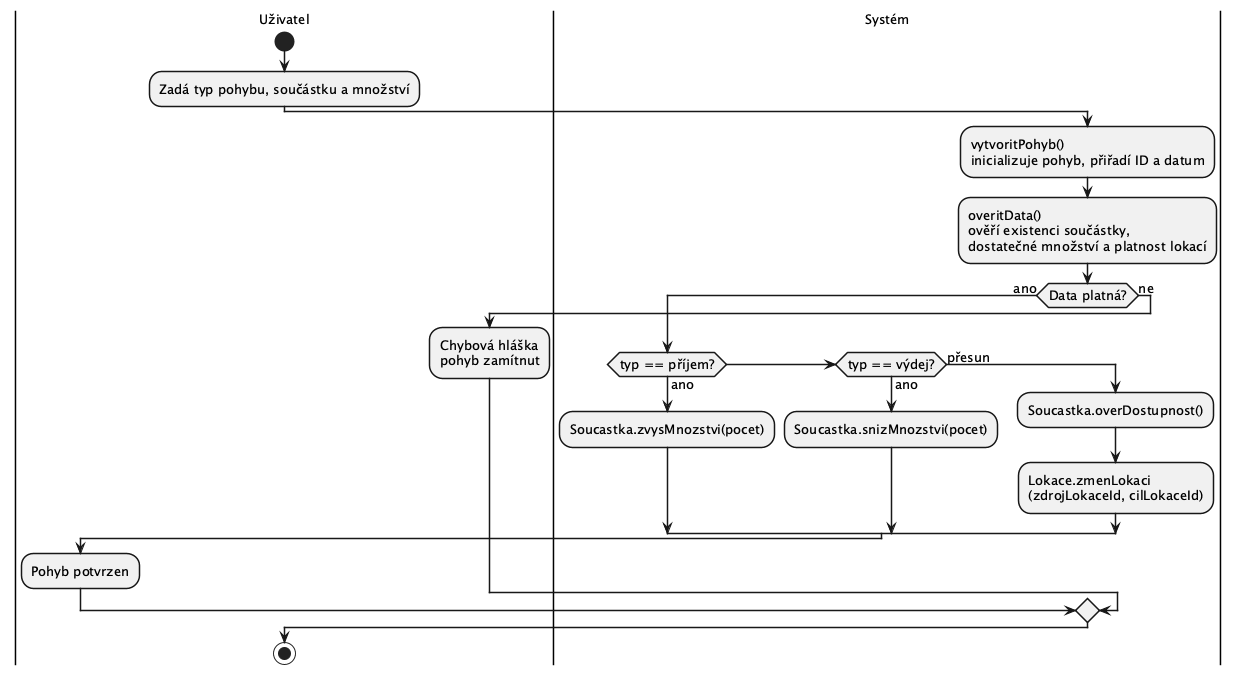
Above: docs/images/12_activity_wms.png in lkvapil/wms-elektronicke-soucastky (PlantUML), before the change. The source it was exported from:
```plantuml
@startuml
skinparam defaultFontSize 13
skinparam ActivityBorderThickness 1.5
skinparam ArrowThickness 1.5

|Uživatel|
start
:Zadá typ pohybu, součástku a množství;

|Systém|
:vytvoritPohyb()\ninicializuje pohyb, přiřadí ID a datum;

:overitData()\nověří existenci součástky,\ndostatečné množství a platnost lokací;

if (Data platná?) then (ano)

  if (typ == příjem?) then (ano)
    :Soucastka.zvysMnozstvi(pocet);
  elseif (typ == výdej?) then (ano)
    :Soucastka.snizMnozstvi(pocet);
  else (přesun)
    :Soucastka.overDostupnost();
    :Lokace.zmenLokaci\n(zdrojLokaceId, cilLokaceId);
  endif

  |Uživatel|
  :Pohyb potvrzen;

else (ne)
  |Uživatel|
  :Chybová hláška\npohyb zamítnut;
endif

stop
@enduml
```
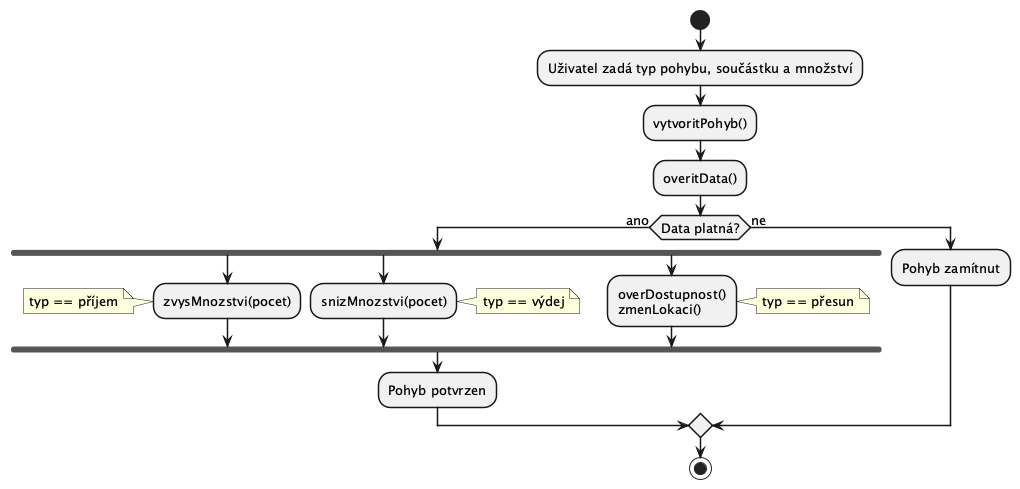
After the change.

Commit message:
docs: activity diagram - zjednodušení, odstranění swim lanes

Diff of the diagram source:
```diff
@@ -2,33 +2,33 @@
 skinparam defaultFontSize 13
 skinparam ActivityBorderThickness 1.5
 skinparam ArrowThickness 1.5
+skinparam ActivityDiamondBorderThickness 1.5
 
-|Uživatel|
 start
-:Zadá typ pohybu, součástku a množství;
 
-|Systém|
-:vytvoritPohyb()\ninicializuje pohyb, přiřadí ID a datum;
+:Uživatel zadá typ pohybu, součástku a množství;
 
-:overitData()\nověří existenci součástky,\ndostatečné množství a platnost lokací;
+:vytvoritPohyb();
+
+:overitData();
 
 if (Data platná?) then (ano)
 
-  if (typ == příjem?) then (ano)
-    :Soucastka.zvysMnozstvi(pocet);
-  elseif (typ == výdej?) then (ano)
-    :Soucastka.snizMnozstvi(pocet);
-  else (přesun)
-    :Soucastka.overDostupnost();
-    :Lokace.zmenLokaci\n(zdrojLokaceId, cilLokaceId);
-  endif
+  fork
+    :zvysMnozstvi(pocet);
+    note left: typ == příjem
+  fork again
+    :snizMnozstvi(pocet);
+    note right: typ == výdej
+  fork again
+    :overDostupnost()\nzmenLokaci();
+    note right: typ == přesun
+  end fork
 
-  |Uživatel|
   :Pohyb potvrzen;
 
 else (ne)
-  |Uživatel|
-  :Chybová hláška\npohyb zamítnut;
+  :Pohyb zamítnut;
 endif
 
 stop
```
